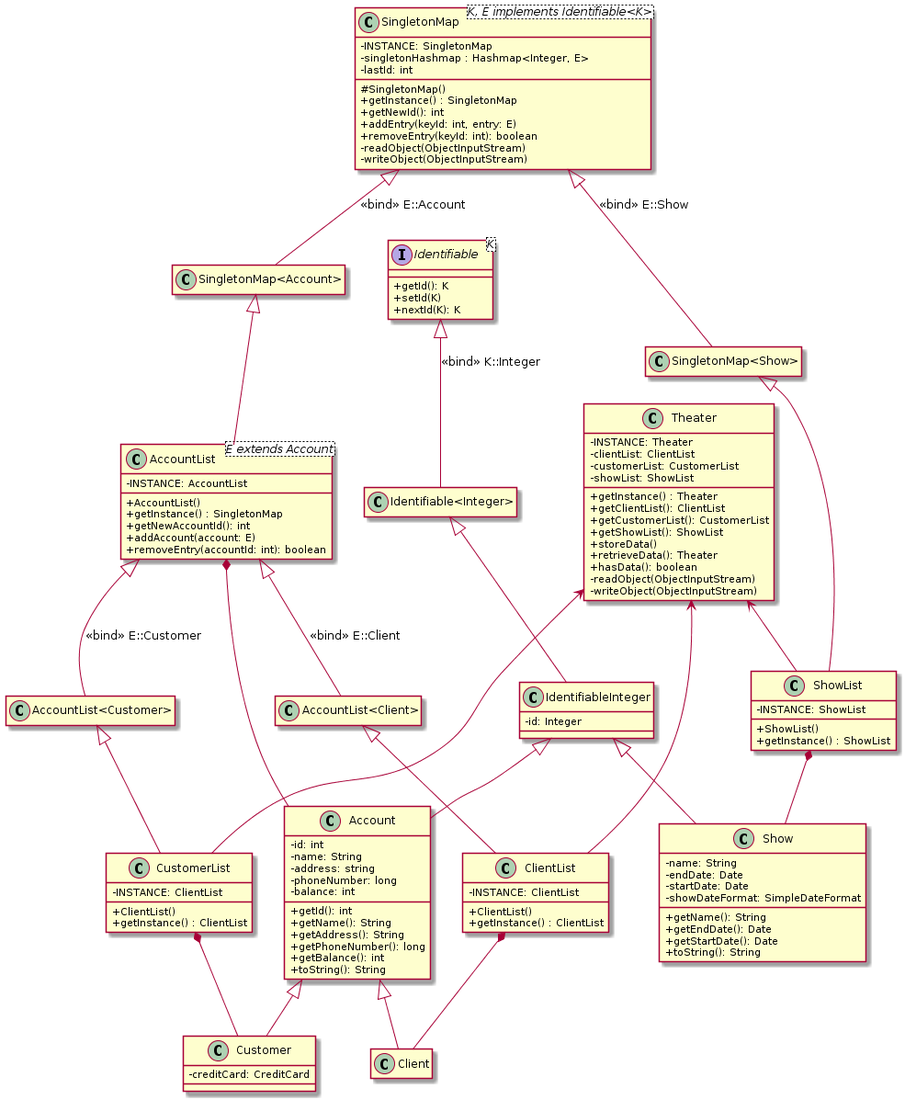
Above: src/UML.png in FreezeWarp/372Groupwork (PlantUML), before the change.
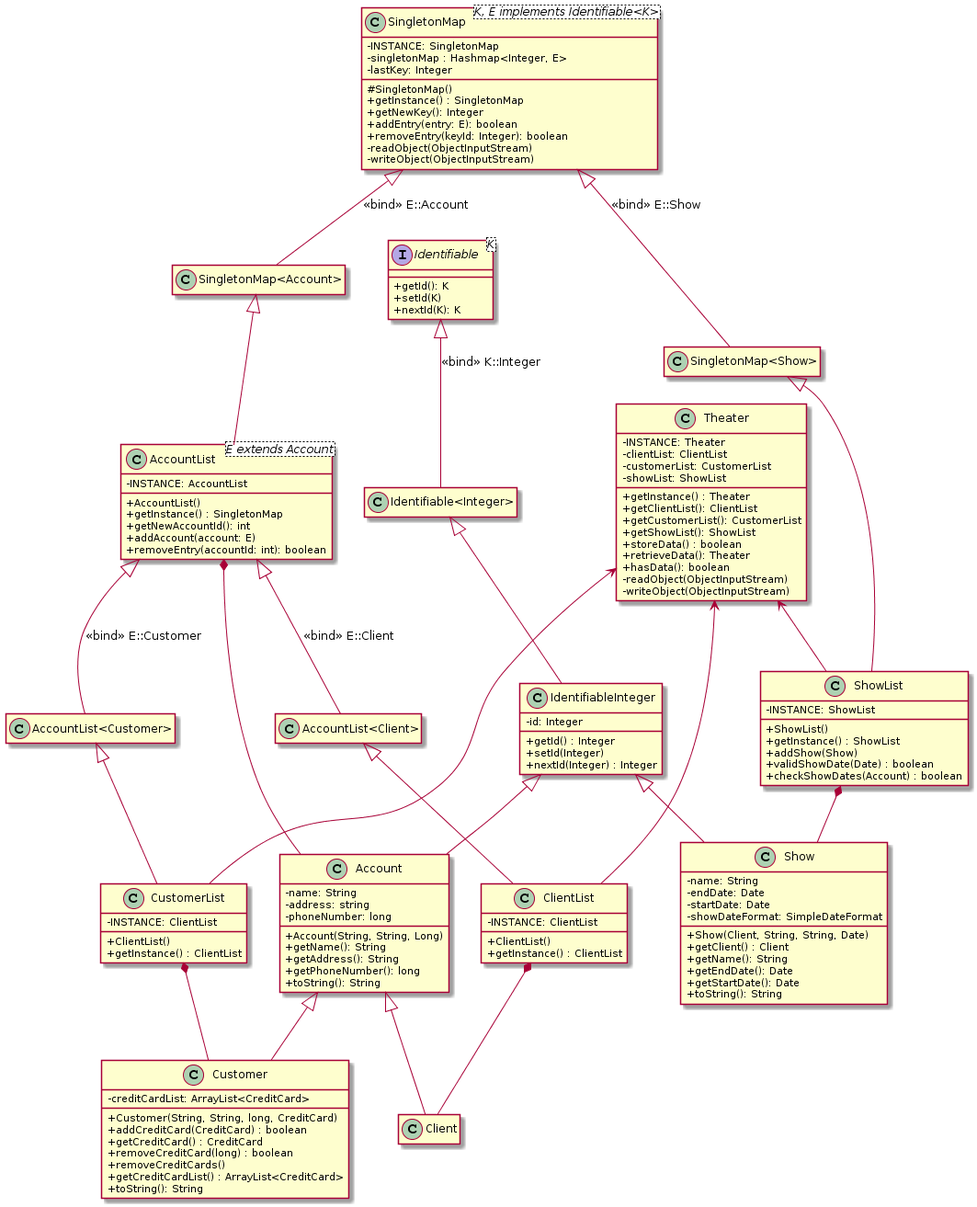
After the change.

Commit message:
Update UML Diagrams

Change to the diagram source:
```diff
@@ -1,17 +1,16 @@
 @startuml
-
 skinparam classAttributeIconSize 0
 hide empty members
 
 class SingletonMap<K, E implements Identifiable<K>> {
     -INSTANCE: SingletonMap
-    -singletonHashmap : Hashmap<Integer, E>
-    -lastId: int
+    -singletonMap : Hashmap<Integer, E>
+    -lastKey: Integer
     #SingletonMap()
     +getInstance() : SingletonMap
-    +getNewId(): int
-    +addEntry(keyId: int, entry: E)
-    +removeEntry(keyId: int): boolean
+    +getNewKey(): Integer
+    +addEntry(entry: E): boolean
+    +removeEntry(keyId: Integer): boolean
     -readObject(ObjectInputStream)
     -writeObject(ObjectInputStream)
 }
@@ -41,6 +40,10 @@
     -INSTANCE: ShowList
     +ShowList()
     +getInstance() : ShowList
+    +addShow(Show)
+    +validShowDate(Date) : boolean
+    +checkShowDates(Account) : boolean
+
 }
 
 interface Identifiable<K> {
@@ -51,24 +54,32 @@
 
 class IdentifiableInteger {
     -id: Integer
+    +getId() : Integer
+    +setId(Integer)
+    +nextId(Integer) : Integer
+
 }
 
 class Account {
-    -id: int
     -name: String
     -address: string
     -phoneNumber: long
-    -balance: int
-    +getId(): int
+    +Account(String, String, Long)
     +getName(): String
     +getAddress(): String
     +getPhoneNumber(): long
-    +getBalance(): int
     +toString(): String
 }
 
 class Customer {
-    -creditCard: CreditCard
+    -creditCardList: ArrayList<CreditCard>
+    +Customer(String, String, long, CreditCard)
+    +addCreditCard(CreditCard) : boolean
+    +getCreditCard() : CreditCard
+    +removeCreditCard(long) : boolean
+    +removeCreditCards()
+    +getCreditCardList() : ArrayList<CreditCard>
+    +toString(): String
 }
 
 class Show {
@@ -76,6 +87,8 @@
     -endDate: Date
     -startDate: Date
     -showDateFormat: SimpleDateFormat
+    +Show(Client, String, String, Date)
+    +getClient() : Client
     +getName(): String
     +getEndDate(): Date
     +getStartDate(): Date
@@ -91,7 +104,7 @@
     +getClientList(): ClientList
     +getCustomerList(): CustomerList
     +getShowList(): ShowList
-    +storeData()
+    +storeData() : boolean
     +retrieveData(): Theater
     +hasData(): boolean
     -readObject(ObjectInputStream)
@@ -123,5 +136,4 @@
 ClientList *-- Client
 CustomerList *-- Customer
 ShowList *-- Show
-
 @enduml
```
